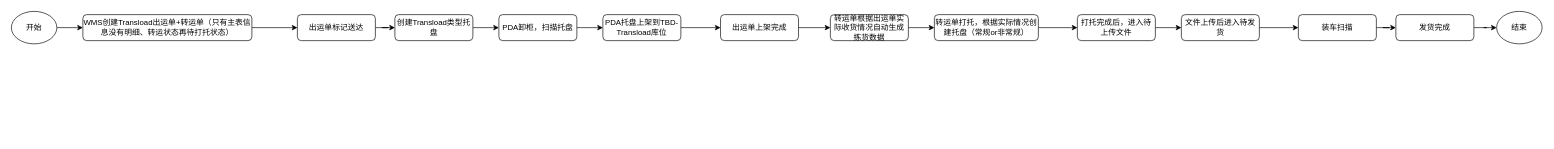
The draw.io diagram page "第 1 页" (1 of 2) of 未命名绘图.drawio in OJBK123/Draws, before the edit. Source tidied: cells renumbered, new cells numbered last; positions are measured from the earlier drawing's top-left corner, leaving out a move shared by most shapes. Both pictures are drawn from the tidied source at 65%, with x=0, y=0 at pixel (11, 11).
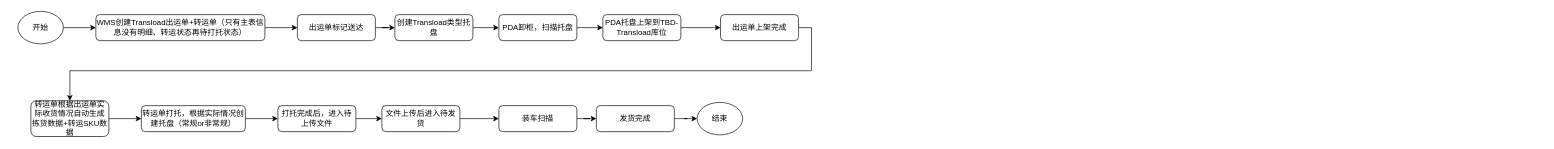
The same diagram, later.

Commit message:
更新未命名绘图.drawio

What changed in the source:
```diff
@@
     <mxCell id="3" value="开始" style="ellipse;whiteSpace=wrap;html=1;" parent="1" vertex="1">
-      <mxGeometry width="70" height="50" as="geometry" />
+      <mxGeometry x="10" width="70" height="50" as="geometry" />
     </mxCell>
@@
     <mxCell id="5" value="WMS创建Transload出运单+转运单（只有主表信息没有明细、转运状态再待打托状态）" style="rounded=1;whiteSpace=wrap;html=1;fontSize=12;glass=0;strokeWidth=1;shadow=0;" parent="1" vertex="1">
-      <mxGeometry x="110" y="5" width="260" height="40" as="geometry" />
+      <mxGeometry x="130" y="5" width="260" height="40" as="geometry" />
     </mxCell>
@@
-    <mxCell id="17" value="转运单根据出运单实际收货情况自动生成拣货数据" style="rounded=1;whiteSpace=wrap;html=1;fontSize=12;glass=0;strokeWidth=1;shadow=0;" parent="1" vertex="1">
-      <mxGeometry x="1260" y="5" width="120" height="40" as="geometry" />
+    <mxCell id="17" value="转运单根据出运单实际收货情况自动生成拣货数据+转运SKU数据" style="rounded=1;whiteSpace=wrap;html=1;fontSize=12;glass=0;strokeWidth=1;shadow=0;" parent="1" vertex="1">
+      <mxGeometry x="30" y="137.5" width="120" height="55" as="geometry" />
     </mxCell>
@@
     <mxCell id="19" value="转运单打托，根据实际情况创建托盘（常规or非常规）" style="rounded=1;whiteSpace=wrap;html=1;fontSize=12;glass=0;strokeWidth=1;shadow=0;" parent="1" vertex="1">
-      <mxGeometry x="1420" y="5" width="160" height="40" as="geometry" />
+      <mxGeometry x="200" y="145" width="160" height="40" as="geometry" />
     </mxCell>
@@
     <mxCell id="21" value="打托完成后，进入待上传文件" style="rounded=1;whiteSpace=wrap;html=1;fontSize=12;glass=0;strokeWidth=1;shadow=0;" parent="1" vertex="1">
-      <mxGeometry x="1640" y="5" width="120" height="40" as="geometry" />
+      <mxGeometry x="410" y="145" width="120" height="40" as="geometry" />
     </mxCell>
@@
     <mxCell id="23" value="文件上传后进入待发货" style="rounded=1;whiteSpace=wrap;html=1;fontSize=12;glass=0;strokeWidth=1;shadow=0;" parent="1" vertex="1">
-      <mxGeometry x="1800" y="5" width="120" height="40" as="geometry" />
+      <mxGeometry x="570" y="145" width="120" height="40" as="geometry" />
     </mxCell>
@@
     <mxCell id="25" value="装车扫描" style="rounded=1;whiteSpace=wrap;html=1;fontSize=12;glass=0;strokeWidth=1;shadow=0;" parent="1" vertex="1">
-      <mxGeometry x="1980" y="5" width="120" height="40" as="geometry" />
+      <mxGeometry x="750" y="145" width="120" height="40" as="geometry" />
     </mxCell>
@@
     <mxCell id="27" value="发货完成" style="rounded=1;whiteSpace=wrap;html=1;fontSize=12;glass=0;strokeWidth=1;shadow=0;" parent="1" vertex="1">
-      <mxGeometry x="2130" y="5" width="120" height="40" as="geometry" />
+      <mxGeometry x="900" y="145" width="120" height="40" as="geometry" />
     </mxCell>
     <mxCell id="28" value="结束" style="ellipse;whiteSpace=wrap;html=1;" parent="1" vertex="1">
-      <mxGeometry x="2285" width="70" height="50" as="geometry" />
+      <mxGeometry x="1055" y="140" width="70" height="50" as="geometry" />
     </mxCell>
```
